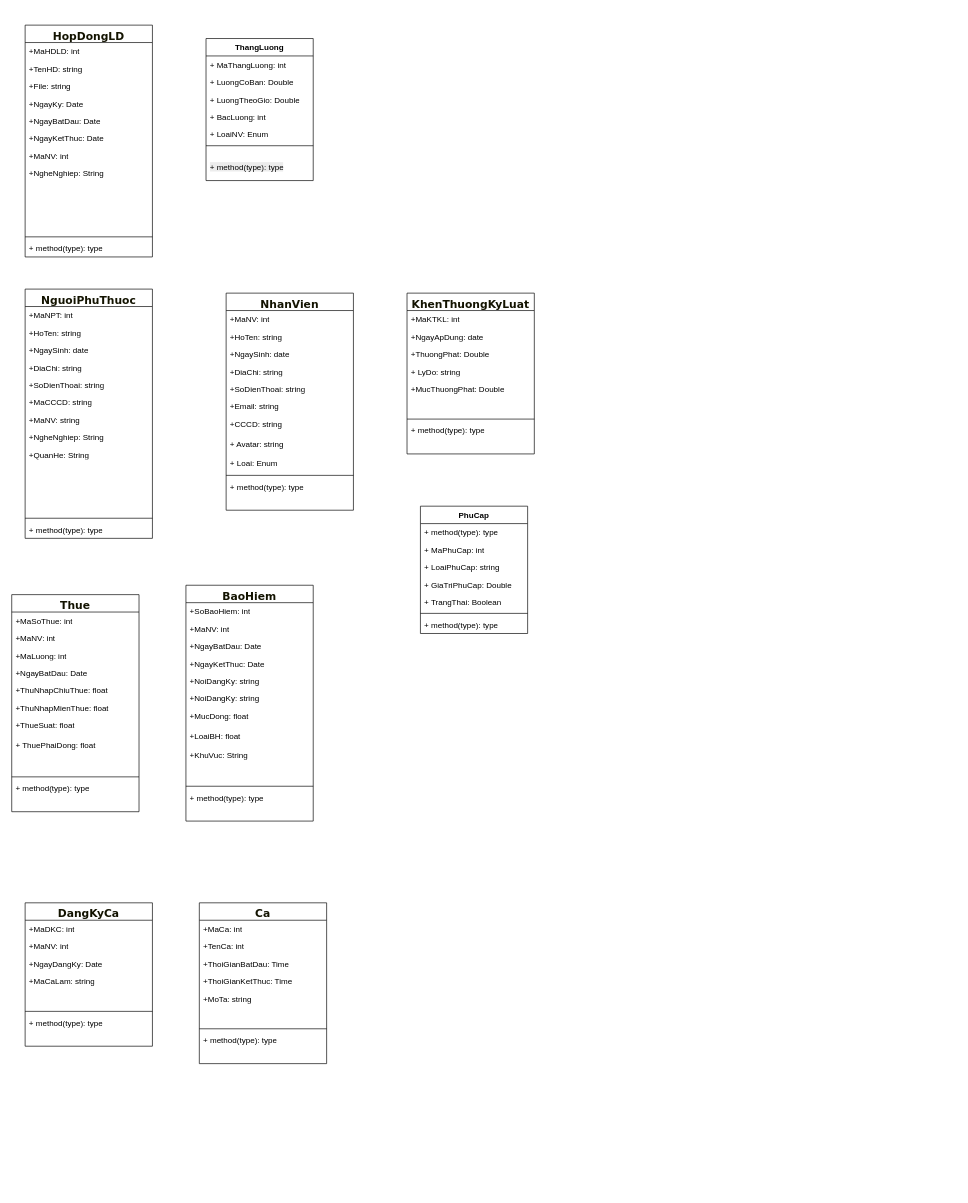
Above: Biểu đồ không có tiêu đề.drawio in NguyenMint/LVTN (draw.io), before the change. Source tidied: cells renumbered, new cells numbered last; positions are measured from the earlier drawing's top-left corner, leaving out a move shared by most shapes. Both pictures are drawn from the tidied source at 67%, with x=0, y=0 at pixel (11, 25).
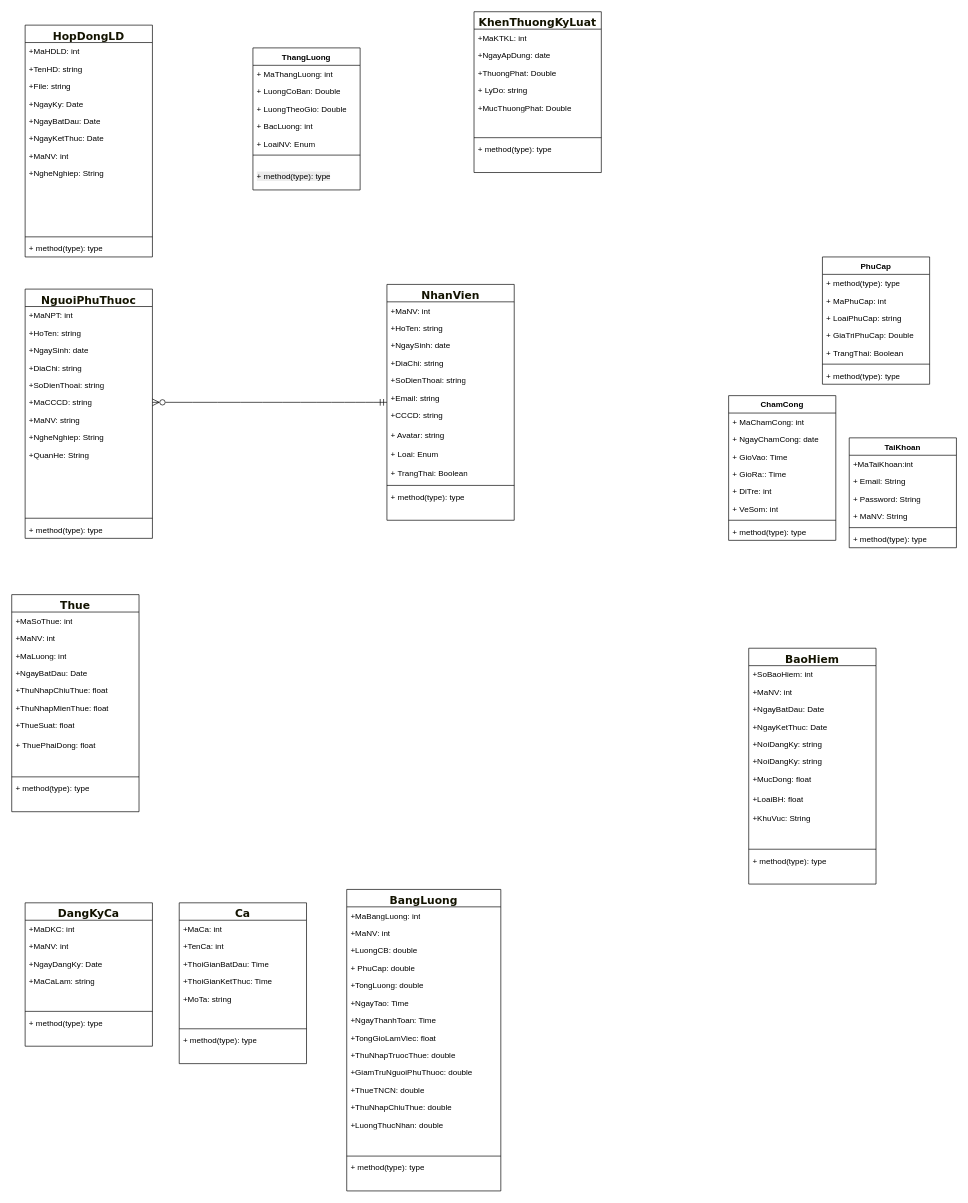
Above is the later version.

Commit message (it also covers changes not shown here):
Cập nhật Biểu đồ không có tiêu đề.drawio

The change refers to these unchanged cells:
```xml
<mxCell id="21" value="+MaCCCD: string" style="text;strokeColor=none;fillColor=none;align=left;verticalAlign=top;spacingLeft=4;spacingRight=4;overflow=hidden;points=[[0,0.5],[1,0.5]];portConstraint=eastwest;whiteSpace=wrap;html=1;" parent="15" vertex="1">
  <mxGeometry y="156" width="190" height="26" as="geometry" />
</mxCell>
```

The edit, as a diff of the source:
```diff
@@
+    <mxCell id="116" style="edgeStyle=none;curved=1;rounded=0;jettySize=auto;html=1;entryX=1;entryY=0.5;entryDx=0;entryDy=0;fontSize=12;startSize=8;endSize=8;endArrow=ERzeroToMany;endFill=0;strokeColor=default;startArrow=ERmandOne;startFill=0;" parent="1" edge="1" source="2" target="21">
+      <mxGeometry relative="1" as="geometry" />
+    </mxCell>
-    <mxCell id="2" value="&lt;span style=&quot;color: rgb(19, 19, 0); font-family: &amp;quot;trebuchet ms&amp;quot;, verdana, arial, sans-serif; font-size: 16px; text-wrap-mode: nowrap;&quot;&gt;NhanVien&lt;/span&gt;" style="swimlane;fontStyle=1;align=center;verticalAlign=top;horizontal=1;startSize=26;whiteSpace=wrap;html=1;" parent="1" vertex="1">
-      <mxGeometry x="320" y="400" width="190" height="324" as="geometry" />
+    <mxCell id="2" value="&lt;span style=&quot;color: rgb(19, 19, 0); font-family: &amp;quot;trebuchet ms&amp;quot;, verdana, arial, sans-serif; font-size: 16px; text-wrap-mode: nowrap;&quot;&gt;NhanVien&lt;/span&gt;" style="swimlane;fontStyle=1;align=center;verticalAlign=top;horizontal=1;startSize=26;whiteSpace=wrap;html=1;swimlaneLine=1;" parent="1" vertex="1">
+      <mxGeometry x="560" y="387" width="190" height="352" as="geometry" />
     </mxCell>
@@
+    <mxCell id="117" value="+ TrangThai: Boolean" style="text;strokeColor=none;fillColor=none;align=left;verticalAlign=top;spacingLeft=4;spacingRight=4;overflow=hidden;whiteSpace=wrap;html=1;" parent="2" vertex="1">
+      <mxGeometry y="268" width="190" height="28" as="geometry" />
+    </mxCell>
     <mxCell id="12" style="line;strokeWidth=1;fillColor=none;align=left;verticalAlign=middle;spacingTop=-1;spacingLeft=3;spacingRight=3;labelPosition=right;strokeColor=inherit;" parent="2" vertex="1">
-      <mxGeometry y="268" width="190" height="8" as="geometry" />
+      <mxGeometry y="296" width="190" height="8" as="geometry" />
     </mxCell>
     <mxCell id="13" value="+ method(type): type" style="text;strokeColor=none;fillColor=none;align=left;verticalAlign=top;spacingLeft=4;spacingRight=4;overflow=hidden;whiteSpace=wrap;html=1;" parent="2" vertex="1">
-      <mxGeometry y="276" width="190" height="24" as="geometry" />
+      <mxGeometry y="304" width="190" height="24" as="geometry" />
     </mxCell>
     <mxCell id="14" style="text;strokeColor=none;fillColor=none;align=left;verticalAlign=top;spacingLeft=4;spacingRight=4;overflow=hidden;whiteSpace=wrap;html=1;" parent="2" vertex="1">
-      <mxGeometry y="300" width="190" height="24" as="geometry" />
+      <mxGeometry y="328" width="190" height="24" as="geometry" />
     </mxCell>
@@
     <mxCell id="44" value="&lt;font face=&quot;trebuchet ms, verdana, arial, sans-serif&quot; color=&quot;#131300&quot;&gt;&lt;span style=&quot;font-size: 16px; text-wrap-mode: nowrap;&quot;&gt;KhenThuongKyLuat&lt;/span&gt;&lt;/font&gt;" style="swimlane;fontStyle=1;align=center;verticalAlign=top;horizontal=1;startSize=26;whiteSpace=wrap;html=1;" parent="1" vertex="1">
-      <mxGeometry x="590" y="400" width="190" height="240" as="geometry" />
+      <mxGeometry x="690" y="-20" width="190" height="240" as="geometry" />
     </mxCell>
@@
     <mxCell id="54" value="PhuCap" style="swimlane;fontStyle=1;align=center;verticalAlign=top;horizontal=1;startSize=26;whiteSpace=wrap;html=1;" parent="1" vertex="1">
-      <mxGeometry x="610" y="718" width="160" height="190" as="geometry" />
+      <mxGeometry x="1210" y="346" width="160" height="190" as="geometry" />
     </mxCell>
@@
     <mxCell id="62" value="ThangLuong" style="swimlane;fontStyle=1;align=center;verticalAlign=top;horizontal=1;startSize=26;whiteSpace=wrap;html=1;" parent="1" vertex="1">
-      <mxGeometry x="290" y="20" width="160" height="212" as="geometry" />
+      <mxGeometry x="360" y="34" width="160" height="212" as="geometry" />
     </mxCell>
@@
     <mxCell id="83" value="&lt;span style=&quot;color: rgb(19, 19, 0); font-family: &amp;quot;trebuchet ms&amp;quot;, verdana, arial, sans-serif; font-size: 16px; text-wrap-mode: nowrap;&quot;&gt;BaoHiem&lt;/span&gt;" style="swimlane;fontStyle=1;align=center;verticalAlign=top;horizontal=1;startSize=26;whiteSpace=wrap;html=1;" parent="1" vertex="1">
-      <mxGeometry x="260" y="836" width="190" height="352" as="geometry" />
+      <mxGeometry x="1100" y="930" width="190" height="352" as="geometry" />
     </mxCell>
@@
     <mxCell id="106" value="&lt;div&gt;&lt;span style=&quot;color: rgb(19, 19, 0); font-family: &amp;quot;trebuchet ms&amp;quot;, verdana, arial, sans-serif; font-size: 16px; text-wrap-mode: nowrap;&quot;&gt;Ca&lt;/span&gt;&lt;/div&gt;" style="swimlane;fontStyle=1;align=center;verticalAlign=top;horizontal=1;startSize=26;whiteSpace=wrap;html=1;" parent="1" vertex="1">
-      <mxGeometry x="280" y="1310" width="190" height="240" as="geometry" />
+      <mxGeometry x="250" y="1310" width="190" height="240" as="geometry" />
     </mxCell>
@@
+    <mxCell id="118" value="&lt;div&gt;&lt;span style=&quot;color: rgb(19, 19, 0); font-family: &amp;quot;trebuchet ms&amp;quot;, verdana, arial, sans-serif; font-size: 16px; text-wrap-mode: nowrap;&quot;&gt;BangLuong&lt;/span&gt;&lt;/div&gt;&lt;div&gt;&lt;span style=&quot;color: rgb(19, 19, 0); font-family: &amp;quot;trebuchet ms&amp;quot;, verdana, arial, sans-serif; font-size: 16px; text-wrap-mode: nowrap;&quot;&gt;&lt;br&gt;&lt;/span&gt;&lt;/div&gt;" style="swimlane;fontStyle=1;align=center;verticalAlign=top;horizontal=1;startSize=26;whiteSpace=wrap;html=1;" parent="1" vertex="1">
+      <mxGeometry x="500" y="1290" width="230" height="450" as="geometry" />
+    </mxCell>
+    <mxCell id="119" value="+MaBangLuong: int" style="text;strokeColor=none;fillColor=none;align=left;verticalAlign=top;spacingLeft=4;spacingRight=4;overflow=hidden;whiteSpace=wrap;html=1;" parent="118" vertex="1">
+      <mxGeometry y="26" width="230" height="26" as="geometry" />
+    </mxCell>
+    <mxCell id="120" value="+MaNV: int" style="text;strokeColor=none;fillColor=none;align=left;verticalAlign=top;spacingLeft=4;spacingRight=4;overflow=hidden;whiteSpace=wrap;html=1;" parent="118" vertex="1">
+      <mxGeometry y="52" width="230" height="26" as="geometry" />
+    </mxCell>
+    <mxCell id="121" value="+LuongCB: double" style="text;strokeColor=none;fillColor=none;align=left;verticalAlign=top;spacingLeft=4;spacingRight=4;overflow=hidden;whiteSpace=wrap;html=1;" parent="118" vertex="1">
+      <mxGeometry y="78" width="230" height="26" as="geometry" />
+    </mxCell>
+    <mxCell id="122" value="+ PhuCap: double" style="text;strokeColor=none;fillColor=none;align=left;verticalAlign=top;spacingLeft=4;spacingRight=4;overflow=hidden;whiteSpace=wrap;html=1;" parent="118" vertex="1">
+      <mxGeometry y="104" width="230" height="26" as="geometry" />
+    </mxCell>
+    <mxCell id="123" value="+TongLuong: double" style="text;strokeColor=none;fillColor=none;align=left;verticalAlign=top;spacingLeft=4;spacingRight=4;overflow=hidden;whiteSpace=wrap;html=1;" parent="118" vertex="1">
+      <mxGeometry y="130" width="230" height="26" as="geometry" />
+    </mxCell>
+    <mxCell id="124" value="+NgayTao: Time" style="text;strokeColor=none;fillColor=none;align=left;verticalAlign=top;spacingLeft=4;spacingRight=4;overflow=hidden;whiteSpace=wrap;html=1;" parent="118" vertex="1">
+      <mxGeometry y="156" width="230" height="26" as="geometry" />
+    </mxCell>
+    <mxCell id="125" value="+NgayThanhToan: Time" style="text;strokeColor=none;fillColor=none;align=left;verticalAlign=top;spacingLeft=4;spacingRight=4;overflow=hidden;whiteSpace=wrap;html=1;" parent="118" vertex="1">
+      <mxGeometry y="182" width="230" height="26" as="geometry" />
+    </mxCell>
+    <mxCell id="126" value="+TongGioLamViec: float" style="text;strokeColor=none;fillColor=none;align=left;verticalAlign=top;spacingLeft=4;spacingRight=4;overflow=hidden;whiteSpace=wrap;html=1;" parent="118" vertex="1">
+      <mxGeometry y="208" width="230" height="26" as="geometry" />
+    </mxCell>
+    <mxCell id="127" value="+ThuNhapTruocThue: double" style="text;strokeColor=none;fillColor=none;align=left;verticalAlign=top;spacingLeft=4;spacingRight=4;overflow=hidden;whiteSpace=wrap;html=1;" parent="118" vertex="1">
+      <mxGeometry y="234" width="230" height="26" as="geometry" />
+    </mxCell>
+    <mxCell id="128" value="+GiamTruNguoiPhuThuoc: double&lt;div&gt;&lt;br&gt;&lt;/div&gt;" style="text;strokeColor=none;fillColor=none;align=left;verticalAlign=top;spacingLeft=4;spacingRight=4;overflow=hidden;whiteSpace=wrap;html=1;" parent="118" vertex="1">
+      <mxGeometry y="260" width="230" height="26" as="geometry" />
+    </mxCell>
+    <mxCell id="129" value="+ThueTNCN: double" style="text;strokeColor=none;fillColor=none;align=left;verticalAlign=top;spacingLeft=4;spacingRight=4;overflow=hidden;whiteSpace=wrap;html=1;" parent="118" vertex="1">
+      <mxGeometry y="286" width="230" height="26" as="geometry" />
+    </mxCell>
+    <mxCell id="130" value="+ThuNhapChiuThue: double" style="text;strokeColor=none;fillColor=none;align=left;verticalAlign=top;spacingLeft=4;spacingRight=4;overflow=hidden;whiteSpace=wrap;html=1;" parent="118" vertex="1">
+      <mxGeometry y="312" width="230" height="26" as="geometry" />
+    </mxCell>
+    <mxCell id="131" value="+LuongThucNhan: double" style="text;strokeColor=none;fillColor=none;align=left;verticalAlign=top;spacingLeft=4;spacingRight=4;overflow=hidden;whiteSpace=wrap;html=1;" parent="118" vertex="1">
+      <mxGeometry y="338" width="230" height="28" as="geometry" />
+    </mxCell>
+    <mxCell id="132" style="text;strokeColor=none;fillColor=none;align=left;verticalAlign=top;spacingLeft=4;spacingRight=4;overflow=hidden;whiteSpace=wrap;html=1;" parent="118" vertex="1">
+      <mxGeometry y="366" width="230" height="28" as="geometry" />
+    </mxCell>
+    <mxCell id="133" style="line;strokeWidth=1;fillColor=none;align=left;verticalAlign=middle;spacingTop=-1;spacingLeft=3;spacingRight=3;labelPosition=right;strokeColor=inherit;" parent="118" vertex="1">
+      <mxGeometry y="394" width="230" height="8" as="geometry" />
+    </mxCell>
+    <mxCell id="134" value="+ method(type): type" style="text;strokeColor=none;fillColor=none;align=left;verticalAlign=top;spacingLeft=4;spacingRight=4;overflow=hidden;whiteSpace=wrap;html=1;" parent="118" vertex="1">
+      <mxGeometry y="402" width="230" height="24" as="geometry" />
+    </mxCell>
+    <mxCell id="135" style="text;strokeColor=none;fillColor=none;align=left;verticalAlign=top;spacingLeft=4;spacingRight=4;overflow=hidden;whiteSpace=wrap;html=1;" parent="118" vertex="1">
+      <mxGeometry y="426" width="230" height="24" as="geometry" />
+    </mxCell>
+    <mxCell id="136" value="ChamCong" style="swimlane;fontStyle=1;align=center;verticalAlign=top;horizontal=1;startSize=26;whiteSpace=wrap;html=1;" parent="1" vertex="1">
+      <mxGeometry x="1070" y="553" width="160" height="216" as="geometry" />
+    </mxCell>
+    <mxCell id="137" value="+ MaChamCong: int&lt;div&gt;&lt;br&gt;&lt;/div&gt;" style="text;strokeColor=none;fillColor=none;align=left;verticalAlign=top;spacingLeft=4;spacingRight=4;overflow=hidden;whiteSpace=wrap;html=1;" parent="136" vertex="1">
+      <mxGeometry y="26" width="160" height="26" as="geometry" />
+    </mxCell>
+    <mxCell id="138" value="+ NgayChamCong: date&lt;div&gt;&lt;br&gt;&lt;/div&gt;" style="text;strokeColor=none;fillColor=none;align=left;verticalAlign=top;spacingLeft=4;spacingRight=4;overflow=hidden;whiteSpace=wrap;html=1;" parent="136" vertex="1">
+      <mxGeometry y="52" width="160" height="26" as="geometry" />
+    </mxCell>
+    <mxCell id="139" value="+ GioVao: Time&lt;div&gt;&lt;br&gt;&lt;/div&gt;" style="text;strokeColor=none;fillColor=none;align=left;verticalAlign=top;spacingLeft=4;spacingRight=4;overflow=hidden;whiteSpace=wrap;html=1;" parent="136" vertex="1">
+      <mxGeometry y="78" width="160" height="26" as="geometry" />
+    </mxCell>
+    <mxCell id="140" value="+ GioRa:: Time&lt;div&gt;&lt;br&gt;&lt;/div&gt;" style="text;strokeColor=none;fillColor=none;align=left;verticalAlign=top;spacingLeft=4;spacingRight=4;overflow=hidden;whiteSpace=wrap;html=1;" parent="136" vertex="1">
+      <mxGeometry y="104" width="160" height="26" as="geometry" />
+    </mxCell>
+    <mxCell id="141" value="+ DiTre: int" style="text;strokeColor=none;fillColor=none;align=left;verticalAlign=top;spacingLeft=4;spacingRight=4;overflow=hidden;whiteSpace=wrap;html=1;" parent="136" vertex="1">
+      <mxGeometry y="130" width="160" height="26" as="geometry" />
+    </mxCell>
+    <mxCell id="142" value="+ VeSom: int" style="text;strokeColor=none;fillColor=none;align=left;verticalAlign=top;spacingLeft=4;spacingRight=4;overflow=hidden;whiteSpace=wrap;html=1;" parent="136" vertex="1">
+      <mxGeometry y="156" width="160" height="26" as="geometry" />
+    </mxCell>
+    <mxCell id="143" style="line;strokeWidth=1;fillColor=none;align=left;verticalAlign=middle;spacingTop=-1;spacingLeft=3;spacingRight=3;labelPosition=right;strokeColor=inherit;" parent="136" vertex="1">
+      <mxGeometry y="182" width="160" height="8" as="geometry" />
+    </mxCell>
+    <mxCell id="144" value="+ method(type): type" style="text;strokeColor=none;fillColor=none;align=left;verticalAlign=top;spacingLeft=4;spacingRight=4;overflow=hidden;whiteSpace=wrap;html=1;" parent="136" vertex="1">
+      <mxGeometry y="190" width="160" height="26" as="geometry" />
+    </mxCell>
+    <mxCell id="145" value="TaiKhoan" style="swimlane;fontStyle=1;align=center;verticalAlign=top;horizontal=1;startSize=26;whiteSpace=wrap;html=1;" parent="1" vertex="1">
+      <mxGeometry x="1250" y="616" width="160" height="164" as="geometry" />
+    </mxCell>
+    <mxCell id="146" value="+MaTaiKhoan:int" style="text;strokeColor=none;fillColor=none;align=left;verticalAlign=top;spacingLeft=4;spacingRight=4;overflow=hidden;whiteSpace=wrap;html=1;" parent="145" vertex="1">
+      <mxGeometry y="26" width="160" height="26" as="geometry" />
+    </mxCell>
+    <mxCell id="147" value="+ Email: String" style="text;strokeColor=none;fillColor=none;align=left;verticalAlign=top;spacingLeft=4;spacingRight=4;overflow=hidden;whiteSpace=wrap;html=1;" parent="145" vertex="1">
+      <mxGeometry y="52" width="160" height="26" as="geometry" />
+    </mxCell>
+    <mxCell id="148" value="+ Password: String" style="text;strokeColor=none;fillColor=none;align=left;verticalAlign=top;spacingLeft=4;spacingRight=4;overflow=hidden;whiteSpace=wrap;html=1;" parent="145" vertex="1">
+      <mxGeometry y="78" width="160" height="26" as="geometry" />
+    </mxCell>
+    <mxCell id="149" value="+ MaNV: String" style="text;strokeColor=none;fillColor=none;align=left;verticalAlign=top;spacingLeft=4;spacingRight=4;overflow=hidden;whiteSpace=wrap;html=1;" parent="145" vertex="1">
+      <mxGeometry y="104" width="160" height="26" as="geometry" />
+    </mxCell>
+    <mxCell id="150" style="line;strokeWidth=1;fillColor=none;align=left;verticalAlign=middle;spacingTop=-1;spacingLeft=3;spacingRight=3;labelPosition=right;strokeColor=inherit;" parent="145" vertex="1">
+      <mxGeometry y="130" width="160" height="8" as="geometry" />
+    </mxCell>
+    <mxCell id="151" value="+ method(type): type" style="text;strokeColor=none;fillColor=none;align=left;verticalAlign=top;spacingLeft=4;spacingRight=4;overflow=hidden;whiteSpace=wrap;html=1;" parent="145" vertex="1">
+      <mxGeometry y="138" width="160" height="26" as="geometry" />
+    </mxCell>
```
